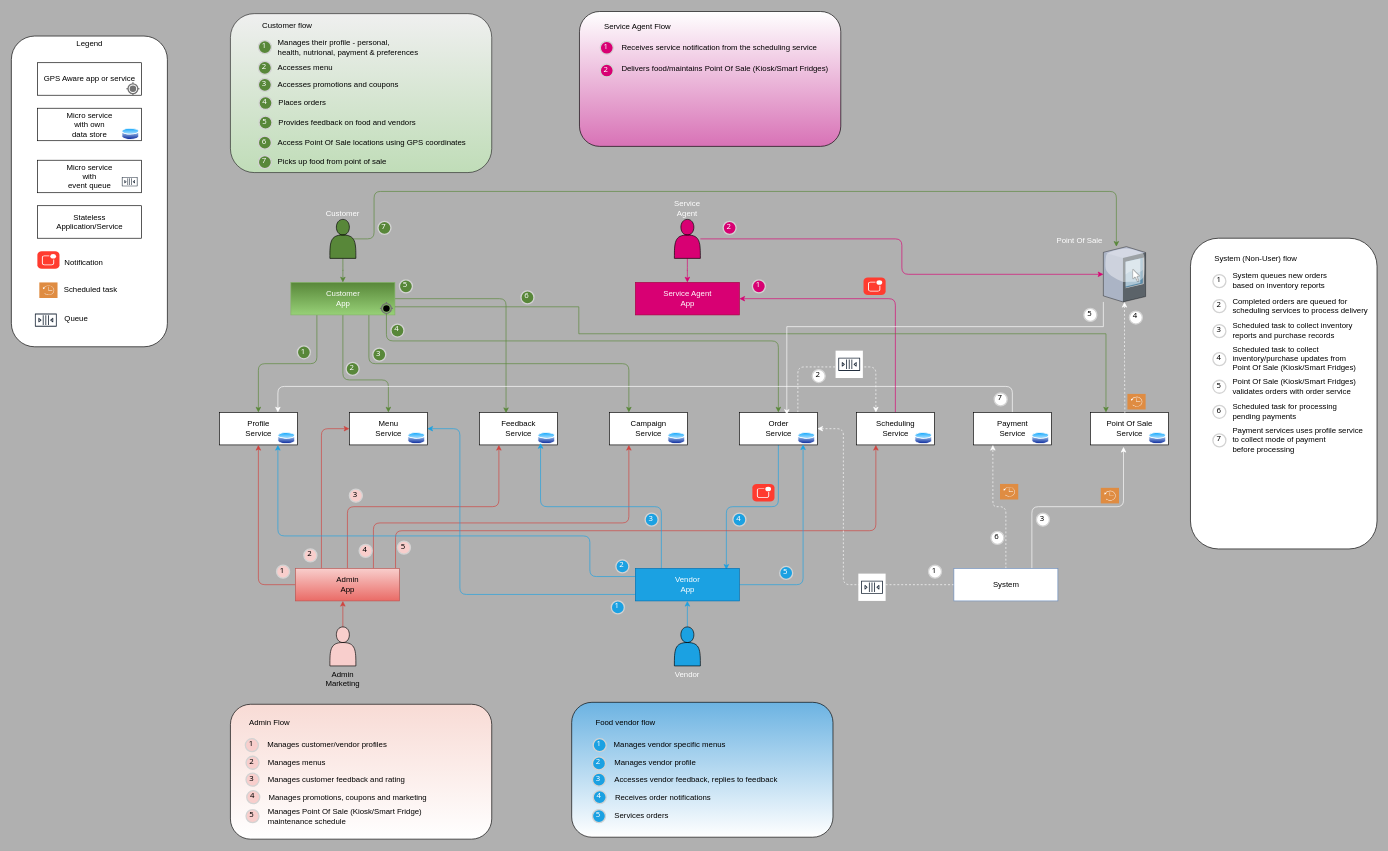
Above: FridgeBenefits_Topology.drawio in fridgebenefits/katas (draw.io), before the change. Source tidied: cells renumbered, new cells numbered last; positions are measured from the earlier drawing's top-left corner, leaving out a move shared by most shapes. Both pictures are drawn from the tidied source at 65%, with x=0, y=0 at pixel (11, 11).
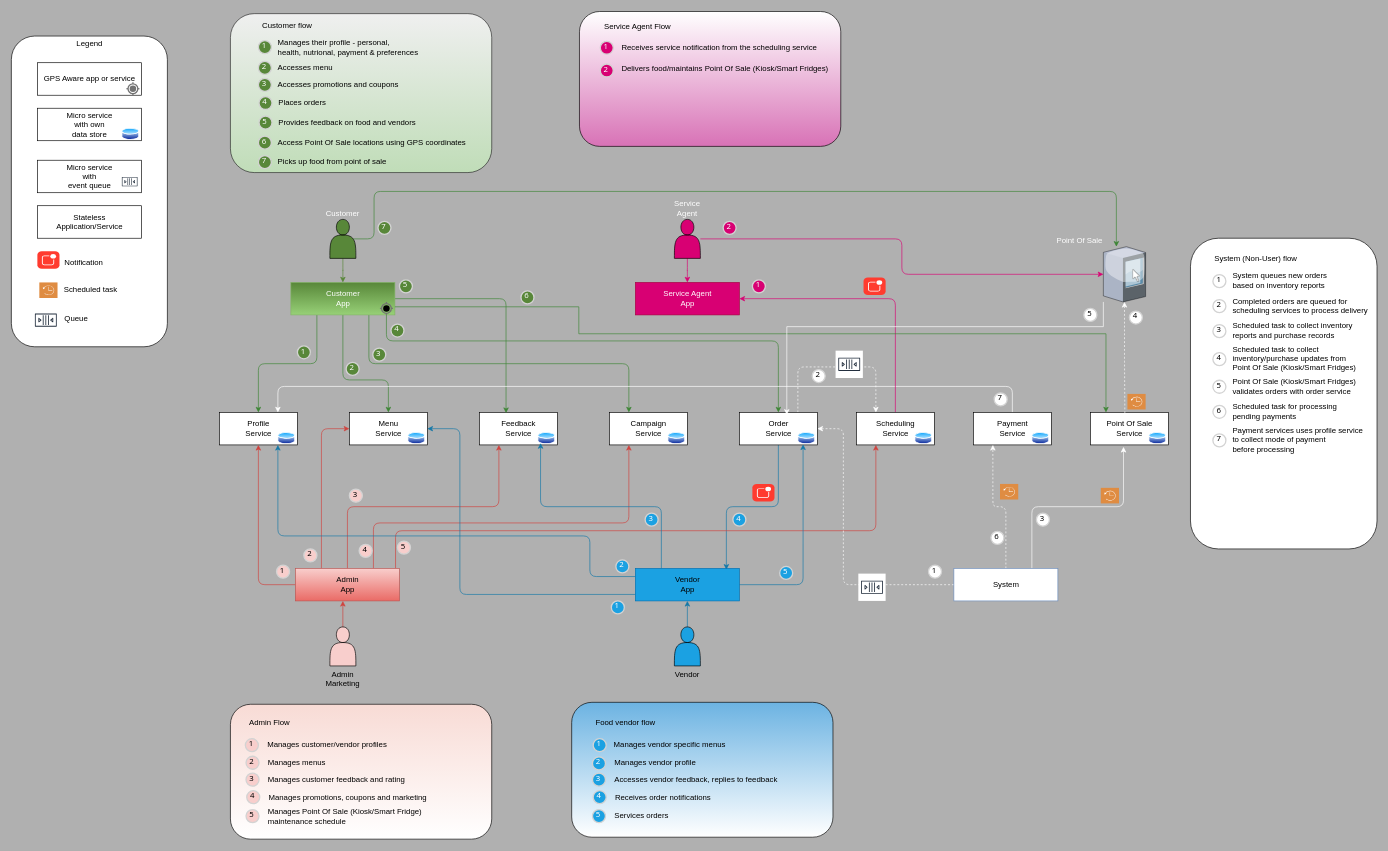
The same page after the edit.

Unchanged cells that the change refers to:
```xml
<mxCell id="3" value="Profile&lt;br&gt;Service" style="html=1;dashed=0;whitespace=wrap;strokeColor=#000000;fillColor=#FFFFFF;fontColor=#000000;" parent="1" vertex="1">
  <mxGeometry x="320" y="617" width="120" height="50" as="geometry" />
</mxCell>
<mxCell id="4" value="Menu&lt;br&gt;Service" style="html=1;dashed=0;whitespace=wrap;strokeColor=#000000;fillColor=#FFFFFF;fontColor=#000000;" parent="1" vertex="1">
  <mxGeometry x="520" y="617" width="120" height="50" as="geometry" />
</mxCell>
<mxCell id="7" value="Feedback&lt;br&gt;Service" style="html=1;dashed=0;whitespace=wrap;strokeColor=#000000;fillColor=#FFFFFF;fontColor=#000000;" parent="1" vertex="1">
  <mxGeometry x="720" y="617" width="120" height="50" as="geometry" />
</mxCell>
<mxCell id="8" style="perimeter=ellipsePerimeter;html=1;align=center;shadow=0;dashed=0;spacingTop=3;image;image=img/lib/active_directory/database.svg;strokeColor=#000000;fillColor=#FFFFFF;fontColor=#000000;" parent="1" vertex="1">
  <mxGeometry x="810" y="647" width="27" height="20" as="geometry" />
</mxCell>
<mxCell id="9" value="Campaign&lt;br&gt;Service" style="html=1;dashed=0;whitespace=wrap;strokeColor=#000000;fillColor=#FFFFFF;fontColor=#000000;" parent="1" vertex="1">
  <mxGeometry x="920" y="617" width="120" height="50" as="geometry" />
</mxCell>
<mxCell id="13" value="Order&lt;br&gt;Service" style="html=1;dashed=0;whitespace=wrap;strokeColor=#000000;fillColor=#FFFFFF;fontColor=#000000;" parent="1" vertex="1">
  <mxGeometry x="1120" y="617" width="120" height="50" as="geometry" />
</mxCell>
<mxCell id="14" style="perimeter=ellipsePerimeter;html=1;align=center;shadow=0;dashed=0;spacingTop=3;image;image=img/lib/active_directory/database.svg;strokeColor=#000000;fillColor=#FFFFFF;fontColor=#000000;" parent="1" vertex="1">
  <mxGeometry x="1210" y="647" width="27" height="20" as="geometry" />
</mxCell>
<mxCell id="19" value="Customer&lt;br&gt;App" style="html=1;dashed=0;whitespace=wrap;strokeColor=#82b366;gradientColor=#97d077;fillColor=#588739;fontColor=#FFFFFF;" parent="1" vertex="1">
  <mxGeometry x="430" y="417" width="160" height="50" as="geometry" />
</mxCell>
<mxCell id="32" style="dashed=0;verticalLabelPosition=bottom;verticalAlign=top;align=center;shape=mxgraph.gmdl.gps;strokeColor=#737373;shadow=0;strokeWidth=2;fontColor=#000000;fillColor=#000000;" parent="1" vertex="1">
  <mxGeometry x="567" y="447" width="20" height="20" as="geometry" />
</mxCell>
<mxCell id="43" value="Customer" style="shape=actor;whiteSpace=wrap;html=1;sketch=0;strokeColor=#000000;labelPosition=center;verticalLabelPosition=top;align=center;verticalAlign=bottom;fillColor=#588739;fontColor=#FFFFFF;" parent="1" vertex="1">
  <mxGeometry x="490" y="320" width="40" height="60" as="geometry" />
</mxCell>
<mxCell id="59" value="Point Of Sale&lt;br&gt;Service" style="html=1;dashed=0;whitespace=wrap;strokeColor=#000000;fillColor=#FFFFFF;fontColor=#000000;" parent="1" vertex="1">
  <mxGeometry x="1660" y="617" width="120" height="50" as="geometry" />
</mxCell>
<mxCell id="63" value="Point Of Sale" style="verticalLabelPosition=top;html=1;verticalAlign=bottom;strokeColor=none;align=right;outlineConnect=0;shape=mxgraph.citrix.kiosk;sketch=0;fontColor=#FFFFFF;labelPosition=left;fillColor=#848D99;" parent="1" vertex="1">
  <mxGeometry x="1680" y="362" width="65" height="85" as="geometry" />
</mxCell>
```

The edit, as a diff of the source:
```diff
@@
-    <mxCell id="11" style="edgeStyle=orthogonalEdgeStyle;rounded=1;jettySize=auto;html=1;entryX=0.875;entryY=0.04;entryDx=0;entryDy=0;entryPerimeter=0;startArrow=none;startFill=0;endArrow=classic;endFill=1;fontColor=#000000;strokeColor=#1BA1E2;" parent="1" edge="1" source="13" target="30">
+    <mxCell id="11" style="edgeStyle=orthogonalEdgeStyle;rounded=1;jettySize=auto;html=1;entryX=0.875;entryY=0.04;entryDx=0;entryDy=0;entryPerimeter=0;startArrow=none;startFill=0;endArrow=classic;endFill=1;fontColor=#000000;strokeColor=#1478A8;" parent="1" edge="1" source="13" target="30">
       <mxGeometry relative="1" as="geometry" />
     </mxCell>
@@
-    <mxCell id="15" style="edgeStyle=orthogonalEdgeStyle;jettySize=auto;html=1;entryX=0.5;entryY=0;entryDx=0;entryDy=0;startArrow=none;startFill=0;endArrow=classic;endFill=1;fontColor=#000000;rounded=1;strokeColor=#588739;" parent="1" edge="1" source="19" target="3">
+    <mxCell id="15" style="edgeStyle=orthogonalEdgeStyle;jettySize=auto;html=1;entryX=0.5;entryY=0;entryDx=0;entryDy=0;startArrow=none;startFill=0;endArrow=classic;endFill=1;fontColor=#000000;rounded=1;strokeColor=#3D8535;" parent="1" edge="1" source="19" target="3">
       <mxGeometry relative="1" as="geometry">
         <Array as="points">
           <mxPoint x="470" y="542" />
           <mxPoint x="380" y="542" />
         </Array>
       </mxGeometry>
     </mxCell>
-    <mxCell id="16" style="edgeStyle=orthogonalEdgeStyle;rounded=1;jettySize=auto;html=1;exitX=0.5;exitY=1;exitDx=0;exitDy=0;entryX=0.5;entryY=0;entryDx=0;entryDy=0;startArrow=none;startFill=0;endArrow=classic;endFill=1;fontColor=#000000;strokeColor=#588739;" parent="1" edge="1" source="19" target="4">
+    <mxCell id="16" style="edgeStyle=orthogonalEdgeStyle;rounded=1;jettySize=auto;html=1;exitX=0.5;exitY=1;exitDx=0;exitDy=0;entryX=0.5;entryY=0;entryDx=0;entryDy=0;startArrow=none;startFill=0;endArrow=classic;endFill=1;fontColor=#000000;strokeColor=#3D8535;" parent="1" edge="1" source="19" target="4">
       <mxGeometry relative="1" as="geometry">
         <Array as="points">
           <mxPoint x="510" y="567" />
           <mxPoint x="580" y="567" />
         </Array>
       </mxGeometry>
     </mxCell>
-    <mxCell id="17" style="edgeStyle=orthogonalEdgeStyle;rounded=1;jettySize=auto;html=1;entryX=0.342;entryY=0.02;entryDx=0;entryDy=0;entryPerimeter=0;startArrow=none;startFill=0;endArrow=classic;endFill=1;fontColor=#000000;strokeColor=#588739;" parent="1" edge="1" source="19" target="7">
+    <mxCell id="17" style="edgeStyle=orthogonalEdgeStyle;rounded=1;jettySize=auto;html=1;entryX=0.342;entryY=0.02;entryDx=0;entryDy=0;entryPerimeter=0;startArrow=none;startFill=0;endArrow=classic;endFill=1;fontColor=#000000;strokeColor=#3D8535;" parent="1" edge="1" source="19" target="7">
       <mxGeometry relative="1" as="geometry" />
     </mxCell>
-    <mxCell id="18" style="edgeStyle=orthogonalEdgeStyle;rounded=1;jettySize=auto;html=1;exitX=0.75;exitY=1;exitDx=0;exitDy=0;entryX=0.25;entryY=0;entryDx=0;entryDy=0;startArrow=none;startFill=0;endArrow=classic;endFill=1;fontColor=#000000;strokeColor=#588739;" parent="1" edge="1" source="19" target="9">
+    <mxCell id="18" style="edgeStyle=orthogonalEdgeStyle;rounded=1;jettySize=auto;html=1;exitX=0.75;exitY=1;exitDx=0;exitDy=0;entryX=0.25;entryY=0;entryDx=0;entryDy=0;startArrow=none;startFill=0;endArrow=classic;endFill=1;fontColor=#000000;strokeColor=#3D8535;" parent="1" edge="1" source="19" target="9">
       <mxGeometry relative="1" as="geometry">
         <Array as="points">
           <mxPoint x="550" y="542" />
           <mxPoint x="950" y="542" />
         </Array>
       </mxGeometry>
     </mxCell>
@@
-    <mxCell id="26" style="edgeStyle=orthogonalEdgeStyle;rounded=1;jettySize=auto;html=1;exitX=0.25;exitY=0;exitDx=0;exitDy=0;entryX=0;entryY=1;entryDx=0;entryDy=0;startArrow=none;startFill=0;endArrow=classic;endFill=1;fontColor=#000000;strokeColor=#1BA1E2;" parent="1" edge="1" source="30" target="8">
+    <mxCell id="26" style="edgeStyle=orthogonalEdgeStyle;rounded=1;jettySize=auto;html=1;exitX=0.25;exitY=0;exitDx=0;exitDy=0;entryX=0;entryY=1;entryDx=0;entryDy=0;startArrow=none;startFill=0;endArrow=classic;endFill=1;fontColor=#000000;strokeColor=#1478A8;" parent="1" edge="1" source="30" target="8">
       <mxGeometry relative="1" as="geometry" />
     </mxCell>
-    <mxCell id="27" style="edgeStyle=orthogonalEdgeStyle;rounded=1;jettySize=auto;html=1;entryX=0.25;entryY=1;entryDx=0;entryDy=0;startArrow=none;startFill=0;endArrow=classic;endFill=1;fontColor=#000000;strokeColor=#1BA1E2;" parent="1" edge="1" source="30" target="14">
+    <mxCell id="27" style="edgeStyle=orthogonalEdgeStyle;rounded=1;jettySize=auto;html=1;entryX=0.25;entryY=1;entryDx=0;entryDy=0;startArrow=none;startFill=0;endArrow=classic;endFill=1;fontColor=#000000;strokeColor=#1478A8;" parent="1" edge="1" source="30" target="14">
       <mxGeometry relative="1" as="geometry" />
     </mxCell>
-    <mxCell id="28" style="edgeStyle=orthogonalEdgeStyle;rounded=1;jettySize=auto;html=1;entryX=1;entryY=0.5;entryDx=0;entryDy=0;startArrow=none;startFill=0;endArrow=classic;endFill=1;fontColor=#000000;strokeColor=#1BA1E2;" parent="1" edge="1" source="30" target="4">
+    <mxCell id="28" style="edgeStyle=orthogonalEdgeStyle;rounded=1;jettySize=auto;html=1;entryX=1;entryY=0.5;entryDx=0;entryDy=0;startArrow=none;startFill=0;endArrow=classic;endFill=1;fontColor=#000000;strokeColor=#1478A8;" parent="1" edge="1" source="30" target="4">
       <mxGeometry relative="1" as="geometry">
         <Array as="points">
           <mxPoint x="690" y="897" />
           <mxPoint x="690" y="642" />
         </Array>
       </mxGeometry>
     </mxCell>
-    <mxCell id="29" style="edgeStyle=orthogonalEdgeStyle;rounded=1;jettySize=auto;html=1;exitX=0;exitY=0.25;exitDx=0;exitDy=0;entryX=0.75;entryY=1;entryDx=0;entryDy=0;startArrow=none;startFill=0;endArrow=classic;endFill=1;fontColor=#000000;strokeColor=#1BA1E2;" parent="1" edge="1" source="30" target="3">
+    <mxCell id="29" style="edgeStyle=orthogonalEdgeStyle;rounded=1;jettySize=auto;html=1;exitX=0;exitY=0.25;exitDx=0;exitDy=0;entryX=0.75;entryY=1;entryDx=0;entryDy=0;startArrow=none;startFill=0;endArrow=classic;endFill=1;fontColor=#000000;strokeColor=#1478A8;" parent="1" edge="1" source="30" target="3">
       <mxGeometry relative="1" as="geometry">
         <Array as="points">
           <mxPoint x="890" y="870" />
           <mxPoint x="890" y="807" />
           <mxPoint x="410" y="807" />
         </Array>
       </mxGeometry>
     </mxCell>
-    <mxCell id="30" value="Vendor&lt;br&gt;App" style="html=1;dashed=0;whitespace=wrap;strokeColor=#006EAF;fillColor=#1ba1e2;fontColor=#ffffff;" parent="1" vertex="1">
+    <mxCell id="30" value="Vendor&lt;br&gt;App" style="html=1;dashed=0;whitespace=wrap;strokeColor=#006EAF;fillColor=#1ba1e2;" parent="1" vertex="1">
       <mxGeometry x="960" y="857" width="160" height="50" as="geometry" />
     </mxCell>
-    <mxCell id="31" style="edgeStyle=orthogonalEdgeStyle;rounded=1;jettySize=auto;html=1;startArrow=none;startFill=0;endArrow=classic;endFill=1;fontColor=#000000;strokeColor=#588739;" parent="1" edge="1" source="32" target="13">
+    <mxCell id="31" style="edgeStyle=orthogonalEdgeStyle;rounded=1;jettySize=auto;html=1;startArrow=none;startFill=0;endArrow=classic;endFill=1;fontColor=#000000;strokeColor=#3D8535;" parent="1" edge="1" source="32" target="13">
       <mxGeometry relative="1" as="geometry">
         <Array as="points">
           <mxPoint x="577" y="507" />
           <mxPoint x="1180" y="507" />
         </Array>
       </mxGeometry>
     </mxCell>
@@
-    <mxCell id="42" style="edgeStyle=orthogonalEdgeStyle;rounded=1;jettySize=auto;html=1;startArrow=none;startFill=0;endArrow=classic;endFill=1;fontColor=#000000;exitX=0.9;exitY=0.5;exitDx=0;exitDy=0;exitPerimeter=0;strokeColor=#588739;" parent="1" edge="1" source="43" target="63">
+    <mxCell id="42" style="edgeStyle=orthogonalEdgeStyle;rounded=1;jettySize=auto;html=1;startArrow=none;startFill=0;endArrow=classic;endFill=1;fontColor=#000000;exitX=0.9;exitY=0.5;exitDx=0;exitDy=0;exitPerimeter=0;strokeColor=#3D8535;" parent="1" edge="1" source="43" target="63">
       <mxGeometry relative="1" as="geometry">
         <Array as="points">
           <mxPoint x="558" y="350" />
           <mxPoint x="558" y="277" />
           <mxPoint x="1700" y="277" />
         </Array>
       </mxGeometry>
     </mxCell>
@@
-    <mxCell id="46" style="edgeStyle=orthogonalEdgeStyle;rounded=1;jettySize=auto;html=1;entryX=0.5;entryY=1;entryDx=0;entryDy=0;startArrow=none;startFill=0;endArrow=classic;endFill=1;fontColor=#1BA1E2;strokeColor=#1BA1E2;" parent="1" edge="1" source="47" target="30">
+    <mxCell id="46" style="edgeStyle=orthogonalEdgeStyle;rounded=1;jettySize=auto;html=1;entryX=0.5;entryY=1;entryDx=0;entryDy=0;startArrow=none;startFill=0;endArrow=classic;endFill=1;fontColor=#1BA1E2;strokeColor=#1478A8;" parent="1" edge="1" source="47" target="30">
       <mxGeometry relative="1" as="geometry" />
     </mxCell>
-    <mxCell id="47" value="Vendor" style="shape=actor;whiteSpace=wrap;html=1;sketch=0;strokeColor=#000000;labelPosition=center;verticalLabelPosition=bottom;align=center;verticalAlign=top;fillColor=#1BA1E2;fontColor=#FFF;" parent="1" vertex="1">
+    <mxCell id="47" value="Vendor" style="shape=actor;whiteSpace=wrap;html=1;sketch=0;strokeColor=#000000;labelPosition=center;verticalLabelPosition=bottom;align=center;verticalAlign=top;fillColor=#1BA1E2;" parent="1" vertex="1">
       <mxGeometry x="1020" y="947" width="40" height="60" as="geometry" />
     </mxCell>
@@
-    <mxCell id="58" style="edgeStyle=orthogonalEdgeStyle;rounded=0;jettySize=auto;html=1;entryX=1;entryY=0.75;entryDx=0;entryDy=0;startArrow=classic;startFill=1;endArrow=none;endFill=0;strokeColor=#588739;" parent="1" edge="1" source="59" target="19">
+    <mxCell id="58" style="edgeStyle=orthogonalEdgeStyle;rounded=0;jettySize=auto;html=1;entryX=1;entryY=0.75;entryDx=0;entryDy=0;startArrow=classic;startFill=1;endArrow=none;endFill=0;strokeColor=#3D8535;" parent="1" edge="1" source="59" target="19">
       <mxGeometry relative="1" as="geometry">
         <Array as="points">
           <mxPoint x="1684" y="496" />
           <mxPoint x="873" y="496" />
           <mxPoint x="873" y="455" />
         </Array>
       </mxGeometry>
     </mxCell>
```
